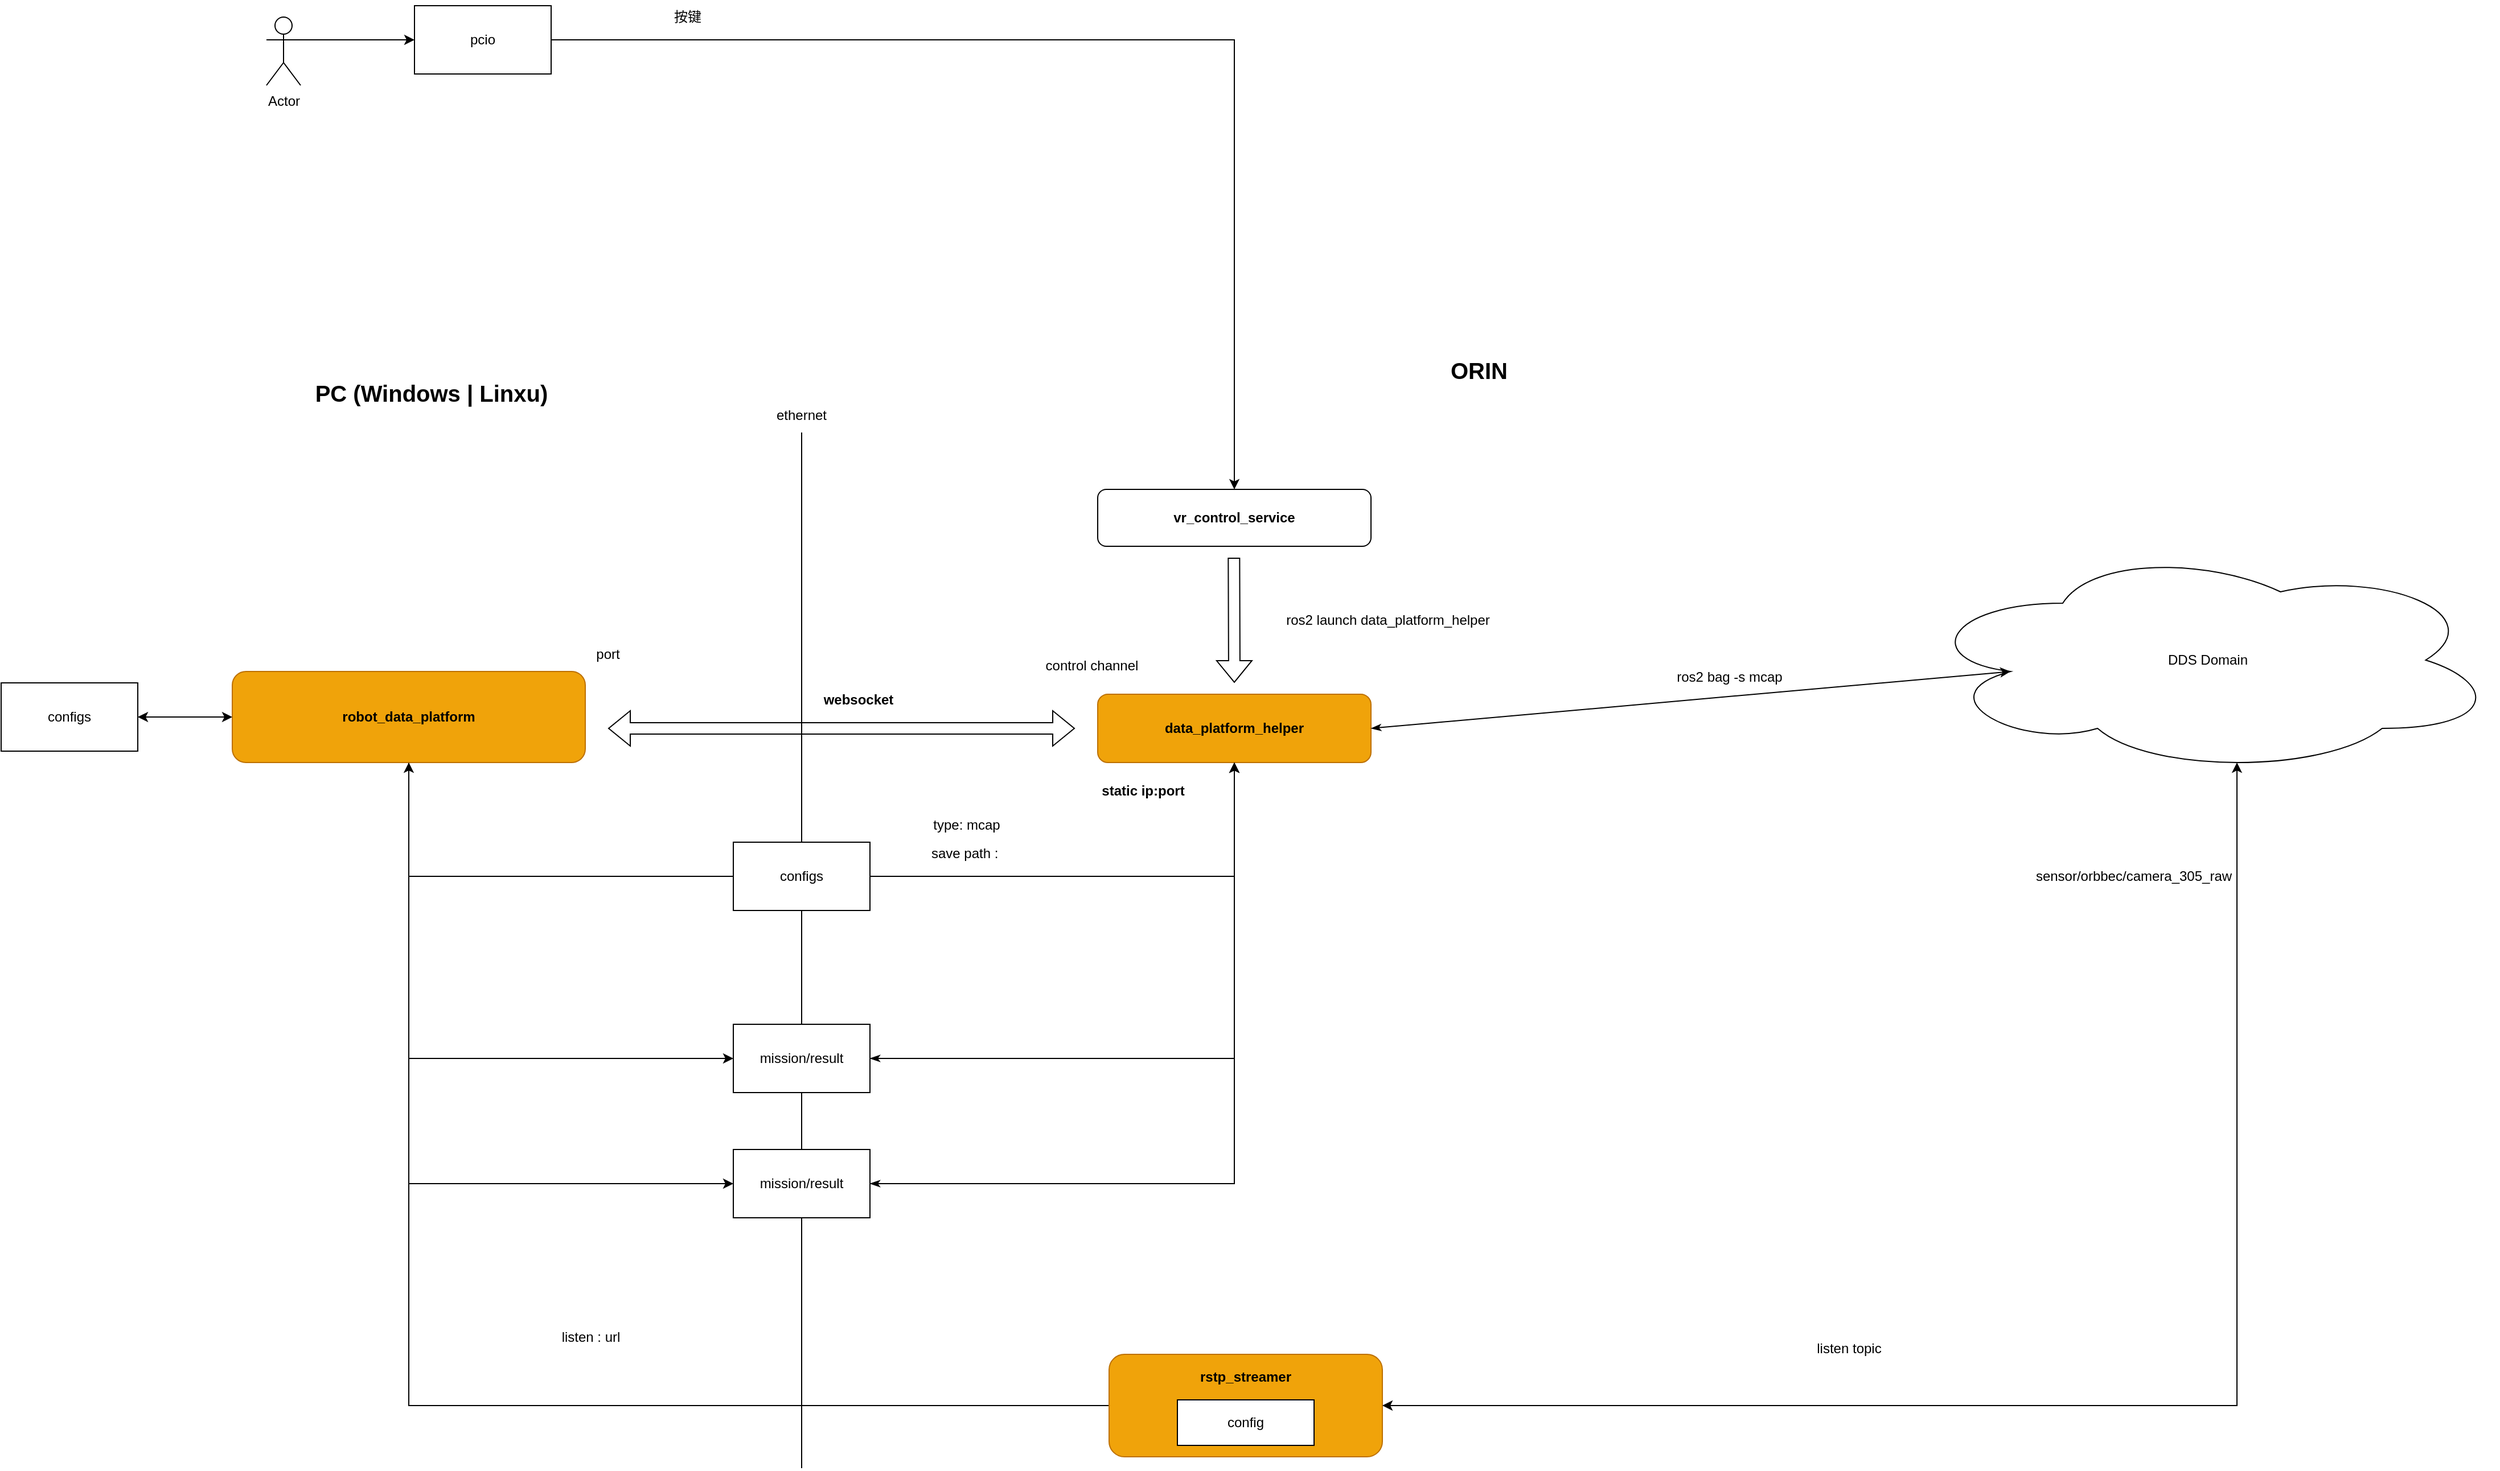
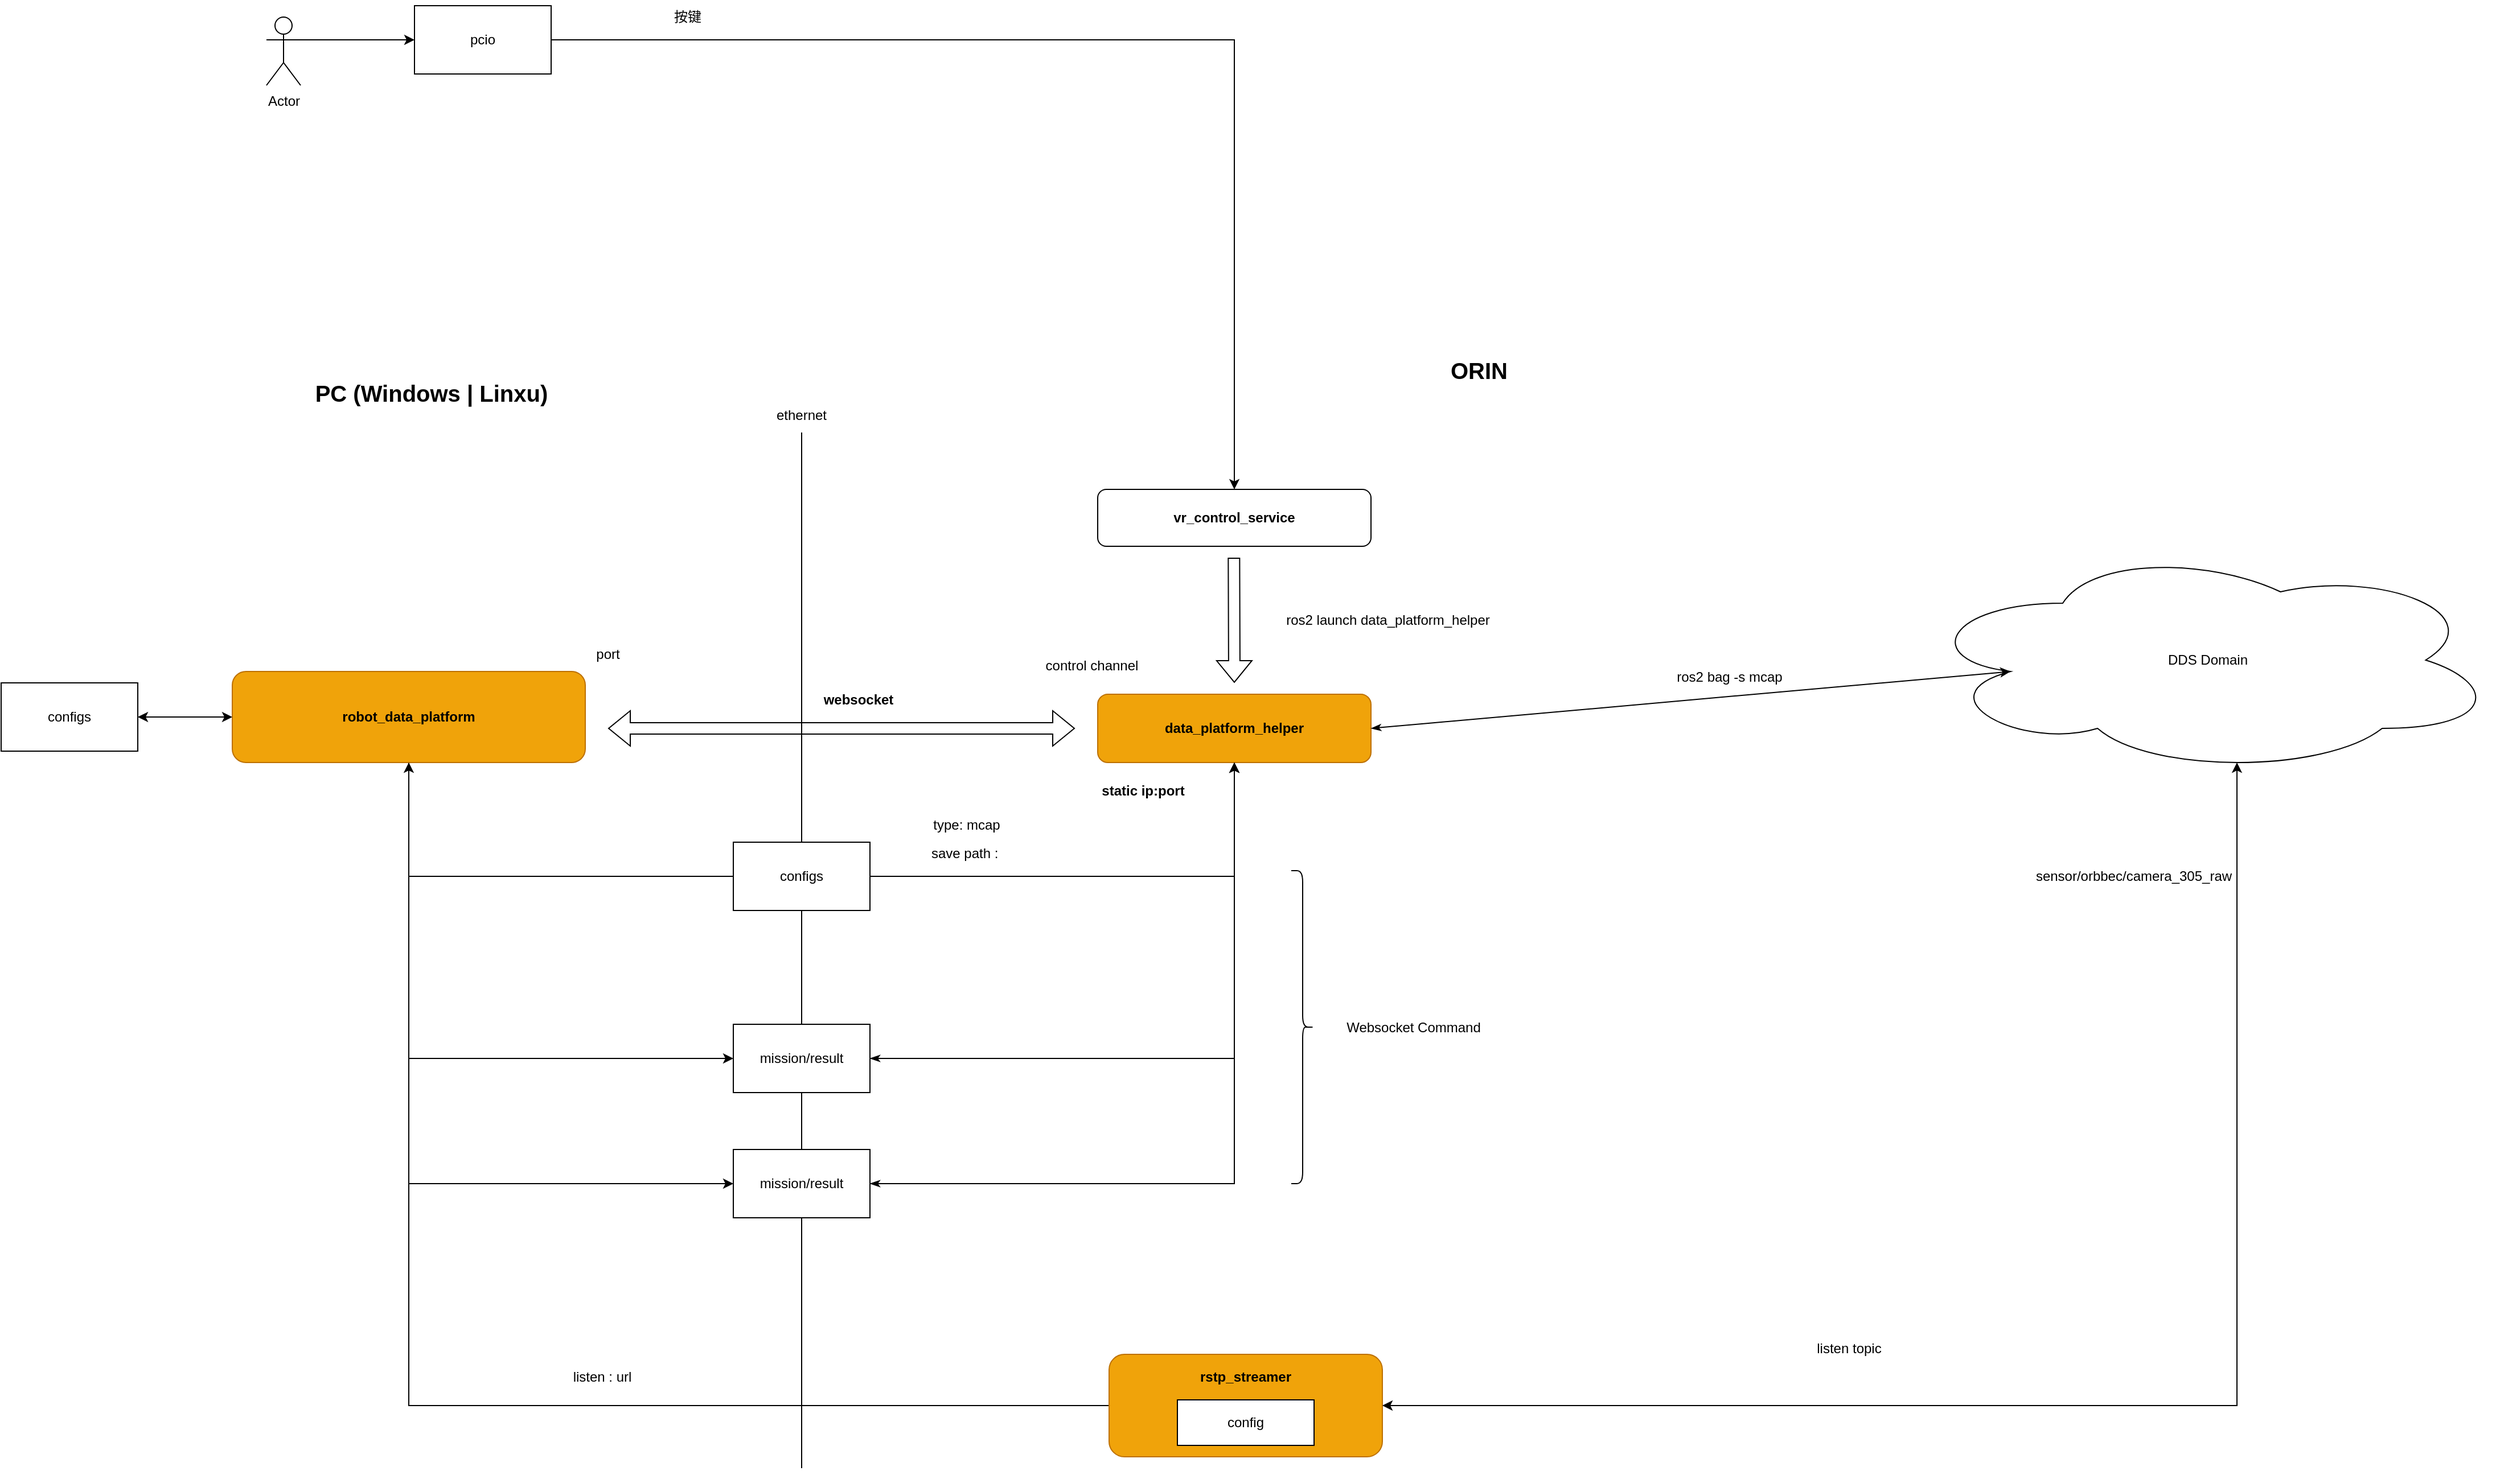
<mxfile host="app.diagrams.net" pages="2">
  <diagram name="第 1 页" id="ybuJFLsuspTRZjUBc2Sj">
-     <mxGraphModel dx="2377" dy="1992" grid="1" gridSize="10" guides="1" tooltips="1" connect="1" arrows="1" fold="1" page="1" pageScale="1" pageWidth="827" pageHeight="1169" math="0" shadow="0">
+     <mxGraphModel dx="2079" dy="1834" grid="1" gridSize="10" guides="1" tooltips="1" connect="1" arrows="1" fold="1" page="1" pageScale="1" pageWidth="827" pageHeight="1169" math="0" shadow="0">
      <root>
        <mxCell id="0" />
        <mxCell id="1" parent="0" />
        <mxCell id="PG_7JgB4xY41xIrBQNpI-2" parent="1" style="text;html=1;whiteSpace=wrap;strokeColor=none;fillColor=none;align=center;verticalAlign=middle;rounded=0;fontStyle=1;fontSize=20;" value="ORIN" vertex="1">
          <mxGeometry height="50" width="250" x="640" y="150" as="geometry" />
        </mxCell>
        <mxCell id="PG_7JgB4xY41xIrBQNpI-3" edge="1" parent="1" source="PG_7JgB4xY41xIrBQNpI-25" style="endArrow=none;html=1;rounded=0;" value="">
          <mxGeometry height="50" relative="1" width="50" as="geometry">
            <mxPoint x="170" y="1140" as="sourcePoint" />
            <mxPoint x="170" y="230" as="targetPoint" />
          </mxGeometry>
        </mxCell>
        <mxCell id="PG_7JgB4xY41xIrBQNpI-4" parent="1" style="rounded=1;whiteSpace=wrap;html=1;fontStyle=1;fillColor=#f0a30a;fontColor=#000000;strokeColor=#BD7000;" value="data_platform_helper" vertex="1">
          <mxGeometry height="60" width="240" x="430" y="460" as="geometry" />
        </mxCell>
        <mxCell id="PG_7JgB4xY41xIrBQNpI-6" parent="1" style="rounded=1;whiteSpace=wrap;html=1;fontStyle=1" value="vr_control_service" vertex="1">
          <mxGeometry height="50" width="240" x="430" y="280" as="geometry" />
        </mxCell>
        <mxCell id="PG_7JgB4xY41xIrBQNpI-26" edge="1" parent="1" source="PG_7JgB4xY41xIrBQNpI-7" style="edgeStyle=orthogonalEdgeStyle;rounded=0;orthogonalLoop=1;jettySize=auto;html=1;exitX=0.5;exitY=1;exitDx=0;exitDy=0;entryX=0.5;entryY=1;entryDx=0;entryDy=0;" target="PG_7JgB4xY41xIrBQNpI-4">
          <mxGeometry relative="1" as="geometry">
            <Array as="points">
              <mxPoint x="-175" y="620" />
              <mxPoint x="550" y="620" />
            </Array>
            <mxPoint x="380" y="730" as="targetPoint" />
          </mxGeometry>
        </mxCell>
        <mxCell id="PG_7JgB4xY41xIrBQNpI-33" edge="1" parent="1" source="PG_7JgB4xY41xIrBQNpI-7" style="edgeStyle=orthogonalEdgeStyle;rounded=0;orthogonalLoop=1;jettySize=auto;html=1;exitX=0.5;exitY=1;exitDx=0;exitDy=0;entryX=0;entryY=0.5;entryDx=0;entryDy=0;" target="PG_7JgB4xY41xIrBQNpI-32">
          <mxGeometry relative="1" as="geometry" />
        </mxCell>
        <mxCell id="PG_7JgB4xY41xIrBQNpI-48" edge="1" parent="1" source="PG_7JgB4xY41xIrBQNpI-7" style="edgeStyle=orthogonalEdgeStyle;rounded=0;orthogonalLoop=1;jettySize=auto;html=1;exitX=0.5;exitY=1;exitDx=0;exitDy=0;entryX=0;entryY=0.5;entryDx=0;entryDy=0;" target="PG_7JgB4xY41xIrBQNpI-38">
          <mxGeometry relative="1" as="geometry" />
        </mxCell>
        <mxCell id="PG_7JgB4xY41xIrBQNpI-7" parent="1" style="rounded=1;whiteSpace=wrap;html=1;fontStyle=1;fillColor=#f0a30a;fontColor=#000000;strokeColor=#BD7000;" value="robot_data_platform" vertex="1">
          <mxGeometry height="80" width="310" x="-330" y="440" as="geometry" />
        </mxCell>
        <mxCell id="PG_7JgB4xY41xIrBQNpI-8" parent="1" style="text;html=1;whiteSpace=wrap;strokeColor=none;fillColor=none;align=center;verticalAlign=middle;rounded=0;fontStyle=1;fontSize=20;" value="PC (Windows | Linxu)" vertex="1">
          <mxGeometry height="50" width="250" x="-280" y="170" as="geometry" />
        </mxCell>
        <mxCell id="PG_7JgB4xY41xIrBQNpI-10" edge="1" parent="1" style="shape=flexArrow;endArrow=classic;startArrow=classic;html=1;rounded=0;" value="">
          <mxGeometry height="100" relative="1" width="100" as="geometry">
            <mxPoint y="490" as="sourcePoint" />
            <mxPoint x="410" y="490" as="targetPoint" />
          </mxGeometry>
        </mxCell>
        <mxCell id="PG_7JgB4xY41xIrBQNpI-12" edge="1" parent="1" style="shape=flexArrow;endArrow=classic;html=1;rounded=0;" value="">
          <mxGeometry height="50" relative="1" width="50" as="geometry">
            <mxPoint x="549.66" y="340" as="sourcePoint" />
            <mxPoint x="550" y="450" as="targetPoint" />
          </mxGeometry>
        </mxCell>
        <mxCell id="PG_7JgB4xY41xIrBQNpI-13" parent="1" style="text;html=1;whiteSpace=wrap;strokeColor=none;fillColor=none;align=center;verticalAlign=middle;rounded=0;fontStyle=1" value="websocket" vertex="1">
          <mxGeometry height="30" width="80" x="180" y="450" as="geometry" />
        </mxCell>
        <mxCell id="PG_7JgB4xY41xIrBQNpI-14" parent="1" style="text;html=1;whiteSpace=wrap;strokeColor=none;fillColor=none;align=center;verticalAlign=middle;rounded=0;" value="ethernet" vertex="1">
          <mxGeometry height="30" width="60" x="140" y="200" as="geometry" />
        </mxCell>
        <mxCell id="PG_7JgB4xY41xIrBQNpI-18" edge="1" parent="1" source="PG_7JgB4xY41xIrBQNpI-15" style="edgeStyle=orthogonalEdgeStyle;rounded=0;orthogonalLoop=1;jettySize=auto;html=1;exitX=1;exitY=0.3333333333333333;exitDx=0;exitDy=0;exitPerimeter=0;entryX=0;entryY=0.5;entryDx=0;entryDy=0;" target="PG_7JgB4xY41xIrBQNpI-16">
          <mxGeometry relative="1" as="geometry" />
        </mxCell>
        <mxCell id="PG_7JgB4xY41xIrBQNpI-15" parent="1" style="shape=umlActor;verticalLabelPosition=bottom;verticalAlign=top;html=1;outlineConnect=0;" value="Actor" vertex="1">
          <mxGeometry height="60" width="30" x="-300" y="-135" as="geometry" />
        </mxCell>
        <mxCell id="PG_7JgB4xY41xIrBQNpI-19" edge="1" parent="1" source="PG_7JgB4xY41xIrBQNpI-16" style="edgeStyle=orthogonalEdgeStyle;rounded=0;orthogonalLoop=1;jettySize=auto;html=1;exitX=1;exitY=0.5;exitDx=0;exitDy=0;entryX=0.5;entryY=0;entryDx=0;entryDy=0;" target="PG_7JgB4xY41xIrBQNpI-6">
          <mxGeometry relative="1" as="geometry" />
        </mxCell>
        <mxCell id="PG_7JgB4xY41xIrBQNpI-16" parent="1" style="whiteSpace=wrap;html=1;" value="pcio" vertex="1">
          <mxGeometry height="60" width="120" x="-170" y="-145" as="geometry" />
        </mxCell>
        <mxCell id="PG_7JgB4xY41xIrBQNpI-20" parent="1" style="text;html=1;whiteSpace=wrap;strokeColor=none;fillColor=none;align=center;verticalAlign=middle;rounded=0;" value="ros2 launch data_platform_helper" vertex="1">
          <mxGeometry height="30" width="230" x="570" y="380" as="geometry" />
        </mxCell>
        <mxCell id="PG_7JgB4xY41xIrBQNpI-21" parent="1" style="text;html=1;whiteSpace=wrap;strokeColor=none;fillColor=none;align=center;verticalAlign=middle;rounded=0;" value="control channel" vertex="1">
          <mxGeometry height="30" width="110" x="370" y="420" as="geometry" />
        </mxCell>
        <mxCell id="PG_7JgB4xY41xIrBQNpI-22" parent="1" style="text;html=1;whiteSpace=wrap;strokeColor=none;fillColor=none;align=center;verticalAlign=middle;rounded=0;" value="port" vertex="1">
          <mxGeometry height="30" width="60" x="-30" y="410" as="geometry" />
        </mxCell>
        <mxCell id="PG_7JgB4xY41xIrBQNpI-23" parent="1" style="text;html=1;whiteSpace=wrap;strokeColor=none;fillColor=none;align=center;verticalAlign=middle;rounded=0;fontStyle=1" value="static ip:port" vertex="1">
          <mxGeometry height="30" width="100" x="420" y="530" as="geometry" />
        </mxCell>
        <mxCell id="PG_7JgB4xY41xIrBQNpI-29" parent="1" style="text;html=1;whiteSpace=wrap;strokeColor=none;fillColor=none;align=center;verticalAlign=middle;rounded=0;" value="listen topic" vertex="1">
          <mxGeometry height="50" width="200" x="990" y="1010" as="geometry" />
        </mxCell>
        <mxCell id="PG_7JgB4xY41xIrBQNpI-31" parent="1" style="ellipse;shape=cloud;whiteSpace=wrap;html=1;align=center;" value="DDS Domain" vertex="1">
          <mxGeometry height="200" width="510" x="1150" y="330" as="geometry" />
        </mxCell>
        <mxCell id="PG_7JgB4xY41xIrBQNpI-34" edge="1" parent="1" source="PG_7JgB4xY41xIrBQNpI-32" style="edgeStyle=orthogonalEdgeStyle;rounded=0;orthogonalLoop=1;jettySize=auto;html=1;exitX=1;exitY=0.5;exitDx=0;exitDy=0;entryX=0.5;entryY=1;entryDx=0;entryDy=0;startArrow=classicThin;startFill=1;" target="PG_7JgB4xY41xIrBQNpI-4">
          <mxGeometry relative="1" as="geometry" />
        </mxCell>
        <mxCell id="PG_7JgB4xY41xIrBQNpI-35" edge="1" parent="1" source="PG_7JgB4xY41xIrBQNpI-4" style="endArrow=classic;html=1;rounded=0;exitX=1;exitY=0.5;exitDx=0;exitDy=0;entryX=0.16;entryY=0.55;entryDx=0;entryDy=0;entryPerimeter=0;startArrow=classicThin;startFill=1;" target="PG_7JgB4xY41xIrBQNpI-31" value="">
          <mxGeometry height="50" relative="1" width="50" as="geometry">
            <mxPoint x="810" y="570" as="sourcePoint" />
            <mxPoint x="1326" y="490" as="targetPoint" />
          </mxGeometry>
        </mxCell>
        <mxCell id="PG_7JgB4xY41xIrBQNpI-36" parent="1" style="text;html=1;whiteSpace=wrap;strokeColor=none;fillColor=none;align=center;verticalAlign=middle;rounded=0;" value="ros2 bag -s mcap" vertex="1">
          <mxGeometry height="30" width="130" x="920" y="430" as="geometry" />
        </mxCell>
        <mxCell id="PG_7JgB4xY41xIrBQNpI-37" parent="1" style="text;html=1;whiteSpace=wrap;strokeColor=none;fillColor=none;align=center;verticalAlign=middle;rounded=0;" value="save path :&amp;nbsp;" vertex="1">
          <mxGeometry height="30" width="130" x="250" y="585" as="geometry" />
        </mxCell>
        <mxCell id="PG_7JgB4xY41xIrBQNpI-40" edge="1" parent="1" source="PG_7JgB4xY41xIrBQNpI-39" style="edgeStyle=orthogonalEdgeStyle;rounded=0;orthogonalLoop=1;jettySize=auto;html=1;startArrow=classic;startFill=1;" target="PG_7JgB4xY41xIrBQNpI-7" value="">
          <mxGeometry relative="1" as="geometry" />
        </mxCell>
        <mxCell id="PG_7JgB4xY41xIrBQNpI-39" parent="1" style="whiteSpace=wrap;html=1;" value="configs" vertex="1">
          <mxGeometry height="60" width="120" x="-533" y="450" as="geometry" />
        </mxCell>
        <mxCell id="PG_7JgB4xY41xIrBQNpI-41" edge="1" parent="1" style="endArrow=none;html=1;rounded=0;" target="PG_7JgB4xY41xIrBQNpI-25" value="">
          <mxGeometry height="50" relative="1" width="50" as="geometry">
            <mxPoint x="170" y="1140" as="sourcePoint" />
            <mxPoint x="170" y="230" as="targetPoint" />
          </mxGeometry>
        </mxCell>
        <mxCell id="PG_7JgB4xY41xIrBQNpI-25" parent="1" style="whiteSpace=wrap;html=1;" value="configs" vertex="1">
          <mxGeometry height="60" width="120" x="110" y="590" as="geometry" />
        </mxCell>
        <mxCell id="PG_7JgB4xY41xIrBQNpI-32" parent="1" style="rounded=0;whiteSpace=wrap;html=1;" value="mission/result" vertex="1">
          <mxGeometry height="60" width="120" x="110" y="750" as="geometry" />
        </mxCell>
        <mxCell id="PG_7JgB4xY41xIrBQNpI-49" edge="1" parent="1" source="PG_7JgB4xY41xIrBQNpI-38" style="edgeStyle=orthogonalEdgeStyle;rounded=0;orthogonalLoop=1;jettySize=auto;html=1;exitX=1;exitY=0.5;exitDx=0;exitDy=0;entryX=0.5;entryY=1;entryDx=0;entryDy=0;startArrow=classicThin;startFill=1;" target="PG_7JgB4xY41xIrBQNpI-4">
          <mxGeometry relative="1" as="geometry" />
        </mxCell>
        <mxCell id="PG_7JgB4xY41xIrBQNpI-38" parent="1" style="rounded=0;whiteSpace=wrap;html=1;" value="mission/result" vertex="1">
          <mxGeometry height="60" width="120" x="110" y="860" as="geometry" />
        </mxCell>
        <mxCell id="PG_7JgB4xY41xIrBQNpI-42" parent="1" style="text;html=1;whiteSpace=wrap;strokeColor=none;fillColor=none;align=center;verticalAlign=middle;rounded=0;" value="按键" vertex="1">
          <mxGeometry height="30" width="60" x="40" y="-150" as="geometry" />
        </mxCell>
-         <mxCell id="PG_7JgB4xY41xIrBQNpI-44" edge="1" parent="1" source="PG_7JgB4xY41xIrBQNpI-43" style="edgeStyle=orthogonalEdgeStyle;rounded=0;orthogonalLoop=1;jettySize=auto;html=1;exitX=0;exitY=0.5;exitDx=0;exitDy=0;entryX=0.5;entryY=1;entryDx=0;entryDy=0;" target="PG_7JgB4xY41xIrBQNpI-7">
+         <mxCell id="PG_7JgB4xY41xIrBQNpI-44" edge="1" parent="1" source="PG_7JgB4xY41xIrBQNpI-43" style="edgeStyle=orthogonalEdgeStyle;rounded=0;orthogonalLoop=1;jettySize=auto;html=1;exitX=0;exitY=0.5;exitDx=0;exitDy=0;entryX=0.5;entryY=1;entryDx=0;entryDy=0;strokeColor=light-dark(#000000,#FF0D0D);" target="PG_7JgB4xY41xIrBQNpI-7">
          <mxGeometry relative="1" as="geometry" />
        </mxCell>
        <mxCell id="PG_7JgB4xY41xIrBQNpI-43" parent="1" style="rounded=1;whiteSpace=wrap;html=1;fontStyle=1;fillColor=#f0a30a;fontColor=#000000;strokeColor=#BD7000;" value="" vertex="1">
          <mxGeometry height="90" width="240" x="440" y="1040" as="geometry" />
        </mxCell>
-         <mxCell id="PG_7JgB4xY41xIrBQNpI-45" edge="1" parent="1" source="PG_7JgB4xY41xIrBQNpI-43" style="edgeStyle=orthogonalEdgeStyle;rounded=0;orthogonalLoop=1;jettySize=auto;html=1;exitX=1;exitY=0.5;exitDx=0;exitDy=0;entryX=0.55;entryY=0.95;entryDx=0;entryDy=0;entryPerimeter=0;startArrow=classic;startFill=1;" target="PG_7JgB4xY41xIrBQNpI-31">
+         <mxCell id="PG_7JgB4xY41xIrBQNpI-45" edge="1" parent="1" source="PG_7JgB4xY41xIrBQNpI-43" style="edgeStyle=orthogonalEdgeStyle;rounded=0;orthogonalLoop=1;jettySize=auto;html=1;exitX=1;exitY=0.5;exitDx=0;exitDy=0;entryX=0.55;entryY=0.95;entryDx=0;entryDy=0;entryPerimeter=0;startArrow=classic;startFill=1;strokeColor=light-dark(#000000,#FF0D0D);" target="PG_7JgB4xY41xIrBQNpI-31">
          <mxGeometry relative="1" as="geometry" />
        </mxCell>
        <mxCell id="PG_7JgB4xY41xIrBQNpI-53" parent="1" style="text;html=1;whiteSpace=wrap;strokeColor=none;fillColor=none;align=center;verticalAlign=middle;rounded=0;" value="type: mcap" vertex="1">
          <mxGeometry height="30" width="120" x="255" y="560" as="geometry" />
        </mxCell>
        <mxCell id="PG_7JgB4xY41xIrBQNpI-54" parent="1" style="text;html=1;whiteSpace=wrap;strokeColor=none;fillColor=none;align=center;verticalAlign=middle;rounded=0;" value="listen : url" vertex="1">
-           <mxGeometry height="40" width="90" x="-60" y="1005" as="geometry" />
+           <mxGeometry height="40" width="90" x="-50" y="1040" as="geometry" />
        </mxCell>
        <mxCell id="PG_7JgB4xY41xIrBQNpI-55" parent="1" style="text;html=1;whiteSpace=wrap;strokeColor=none;fillColor=none;align=center;verticalAlign=middle;rounded=0;" value="sensor/orbbec/camera_305_raw" vertex="1">
          <mxGeometry height="40" width="180" x="1250" y="600" as="geometry" />
        </mxCell>
        <mxCell id="PG_7JgB4xY41xIrBQNpI-56" parent="1" style="whiteSpace=wrap;html=1;" value="config" vertex="1">
          <mxGeometry height="40" width="120" x="500" y="1080" as="geometry" />
        </mxCell>
        <mxCell id="PG_7JgB4xY41xIrBQNpI-60" parent="1" style="text;html=1;whiteSpace=wrap;strokeColor=none;fillColor=none;align=center;verticalAlign=middle;rounded=0;fontStyle=1" value="rstp_streamer" vertex="1">
          <mxGeometry height="40" width="130" x="495" y="1040" as="geometry" />
+         </mxCell>
+         <mxCell id="PG_7JgB4xY41xIrBQNpI-62" parent="1" style="shape=curlyBracket;whiteSpace=wrap;html=1;rounded=1;flipH=1;labelPosition=right;verticalLabelPosition=middle;align=left;verticalAlign=middle;legacyAnchorPoints=0;" value="" vertex="1">
+           <mxGeometry height="275" width="20" x="600" y="615" as="geometry" />
+         </mxCell>
+         <mxCell id="PG_7JgB4xY41xIrBQNpI-63" parent="1" style="text;html=1;whiteSpace=wrap;strokeColor=none;fillColor=none;align=center;verticalAlign=middle;rounded=0;" value="Websocket Command" vertex="1">
+           <mxGeometry height="30" width="135" x="640" y="737.5" as="geometry" />
        </mxCell>
      </root>
    </mxGraphModel>
  </diagram>
  <diagram id="ERyvKfnW-TPwMhuBreaX" name="第 2 页">
    <mxGraphModel dx="1122" dy="596" grid="1" gridSize="10" guides="1" tooltips="1" connect="1" arrows="1" fold="1" page="1" pageScale="1" pageWidth="827" pageHeight="1169" math="0" shadow="0">
      <root>
        <mxCell id="0" />
        <mxCell id="1" parent="0" />
        <mxCell id="Lt_kapkQ0GCsb_hZqIK--1" parent="1" style="rounded=1;whiteSpace=wrap;html=1;" value="" vertex="1">
          <mxGeometry height="60" width="120" x="40" y="280" as="geometry" />
        </mxCell>
      </root>
    </mxGraphModel>
  </diagram>
</mxfile>
